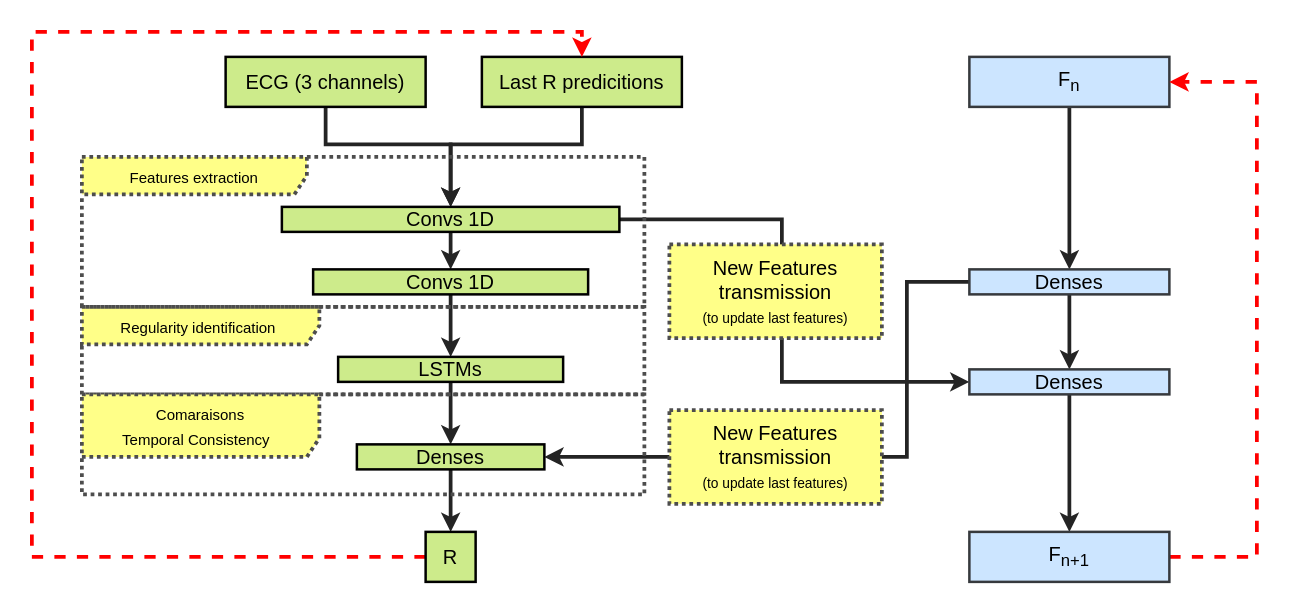
melpiro/Chess keeps this draw.io diagram as Model.drawio. Above is the earlier version. Source tidied: cells renumbered, new cells numbered last; positions are measured from the earlier drawing's top-left corner, leaving out a move shared by most shapes. Both pictures are drawn from the tidied source at 125%, with x=0, y=0 at pixel (31, 31).
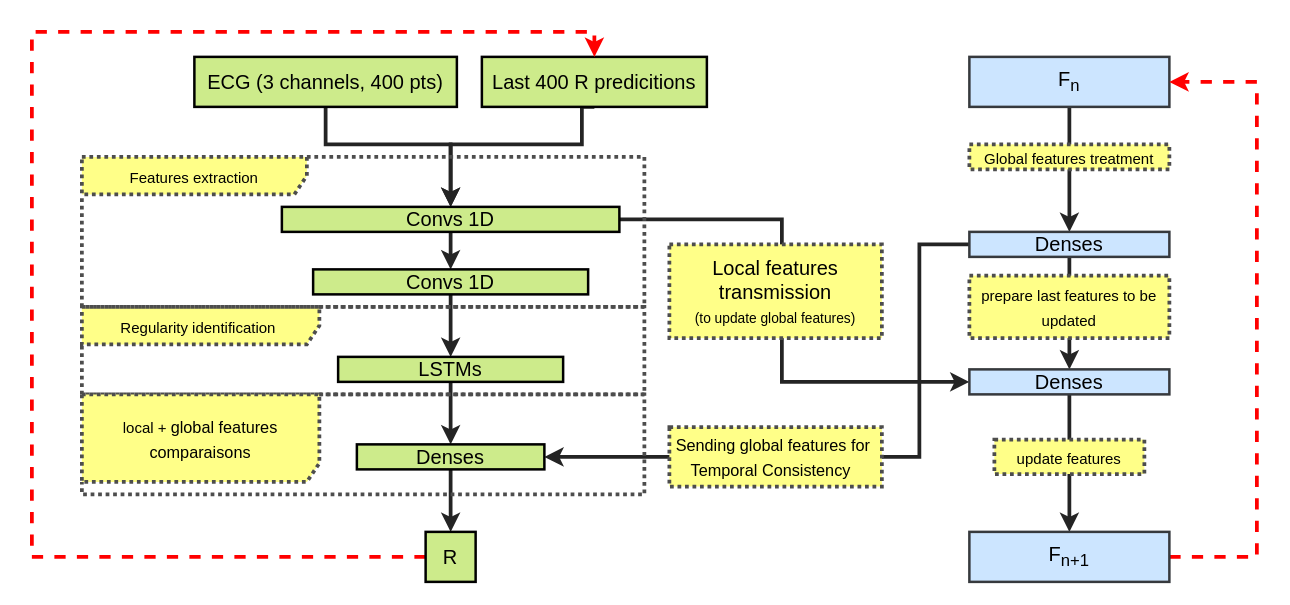
The same page after the edit.

The change refers to these unchanged cells:
```xml
<mxCell id="23" value="Denses" style="rounded=0;whiteSpace=wrap;html=1;fillColor=#cdeb8b;strokeColor=#000000;fontColor=#000000;fontSize=16;strokeWidth=2;" parent="1" vertex="1">
  <mxGeometry x="260" y="330" width="150" height="20" as="geometry" />
</mxCell>
<mxCell id="25" value="R" style="rounded=0;whiteSpace=wrap;html=1;fillColor=#cdeb8b;strokeColor=#000000;fontColor=#000000;fontSize=16;strokeWidth=2;" parent="1" vertex="1">
  <mxGeometry x="315" y="400" width="40" height="40" as="geometry" />
</mxCell>
```

The edit, as a diff of the source:
```diff
@@
-    <mxCell id="3" value="ECG (3 channels)" style="rounded=0;whiteSpace=wrap;html=1;fillColor=#cdeb8b;strokeColor=#000000;fontColor=#000000;fontSize=16;strokeWidth=2;" parent="1" vertex="1">
-      <mxGeometry x="155" y="20" width="160" height="40" as="geometry" />
+    <mxCell id="3" value="ECG (3 channels, 400 pts)" style="rounded=0;whiteSpace=wrap;html=1;fillColor=#cdeb8b;strokeColor=#000000;fontColor=#000000;fontSize=16;strokeWidth=2;" parent="1" vertex="1">
+      <mxGeometry x="130" y="20" width="210" height="40" as="geometry" />
     </mxCell>
@@
-    <mxCell id="5" value="Last R predicitions" style="rounded=0;whiteSpace=wrap;html=1;fillColor=#cdeb8b;fontSize=16;fontColor=#000000;strokeColor=#000000;strokeWidth=2;" parent="1" vertex="1">
-      <mxGeometry x="360" y="20" width="160" height="40" as="geometry" />
+    <mxCell id="5" value="Last 400 R predicitions" style="rounded=0;whiteSpace=wrap;html=1;fillColor=#cdeb8b;fontSize=16;fontColor=#000000;strokeColor=#000000;strokeWidth=2;" parent="1" vertex="1">
+      <mxGeometry x="360" y="20" width="180" height="40" as="geometry" />
     </mxCell>
@@
-    <mxCell id="14" style="edgeStyle=orthogonalEdgeStyle;rounded=0;jettySize=auto;html=1;exitX=1;exitY=0.5;exitDx=0;exitDy=0;entryX=1;entryY=0.5;entryDx=0;entryDy=0;fontSize=16;fontColor=#000000;strokeColor=#242424;strokeWidth=3;" parent="1" edge="1" source="15" target="23">
+    <mxCell id="14" style="edgeStyle=orthogonalEdgeStyle;rounded=0;jettySize=auto;html=1;exitX=0;exitY=0.5;exitDx=0;exitDy=0;entryX=1;entryY=0.5;entryDx=0;entryDy=0;fontSize=16;fontColor=#000000;strokeColor=#242424;strokeWidth=3;" parent="1" edge="1" source="15" target="23">
       <mxGeometry relative="1" as="geometry">
         <Array as="points">
-          <mxPoint x="700" y="200" />
-          <mxPoint x="700" y="340" />
+          <mxPoint x="710" y="170" />
+          <mxPoint x="710" y="340" />
         </Array>
       </mxGeometry>
     </mxCell>
     <mxCell id="15" value="&lt;font color=&quot;#000000&quot;&gt;Denses&lt;/font&gt;" style="rounded=0;whiteSpace=wrap;html=1;fillColor=#cce5ff;strokeColor=#36393d;fontSize=16;strokeWidth=2;" parent="1" vertex="1">
-      <mxGeometry x="750" y="190" width="160" height="20" as="geometry" />
+      <mxGeometry x="750" y="160" width="160" height="20" as="geometry" />
     </mxCell>
@@
     <mxCell id="24" style="edgeStyle=orthogonalEdgeStyle;rounded=0;jettySize=auto;html=1;exitX=0;exitY=0.5;exitDx=0;exitDy=0;entryX=0.5;entryY=0;entryDx=0;entryDy=0;dashed=1;fontSize=16;fontColor=#000000;strokeWidth=3;strokeColor=#FF0000;" parent="1" edge="1" source="25" target="5">
       <mxGeometry relative="1" as="geometry">
         <Array as="points">
           <mxPoint y="420" />
           <mxPoint />
-          <mxPoint x="440" />
+          <mxPoint x="450" />
         </Array>
       </mxGeometry>
     </mxCell>
@@
-    <mxCell id="27" value="&lt;font style=&quot;font-size: 12px&quot;&gt;Comaraisons&lt;br&gt;Temporal Consistency&amp;nbsp;&amp;nbsp;&lt;/font&gt;" style="shape=umlFrame;whiteSpace=wrap;html=1;fontSize=16;strokeWidth=3;fillColor=#ffff88;fontColor=#000000;dashed=1;width=190;height=50;dashPattern=1 1;strokeColor=#4D4D4D;" parent="1" vertex="1">
+    <mxCell id="27" value="&lt;span style=&quot;font-size: 12px&quot;&gt;local&amp;nbsp;+&amp;nbsp;&lt;/span&gt;&lt;span style=&quot;font-size: 13px&quot;&gt;global features &lt;br&gt;comparaisons&lt;/span&gt;&lt;span style=&quot;font-size: 12px&quot;&gt;&lt;br&gt;&lt;/span&gt;" style="shape=umlFrame;whiteSpace=wrap;html=1;fontSize=16;strokeWidth=3;fillColor=#ffff88;fontColor=#000000;dashed=1;width=190;height=70;dashPattern=1 1;strokeColor=#4D4D4D;" parent="1" vertex="1">
       <mxGeometry x="40" y="290" width="450" height="80" as="geometry" />
     </mxCell>
@@
-    <mxCell id="29" value="New Features transmission&lt;br&gt;&lt;font style=&quot;font-size: 11px&quot;&gt;(to update last features)&lt;/font&gt;" style="whiteSpace=wrap;html=1;dashed=1;dashPattern=1 1;fontSize=16;fontColor=#000000;strokeColor=#4D4D4D;strokeWidth=3;fillColor=#ffff88;" parent="1" vertex="1">
+    <mxCell id="29" value="Local features transmission&lt;br&gt;&lt;font style=&quot;font-size: 11px&quot;&gt;(to update global features)&lt;/font&gt;" style="whiteSpace=wrap;html=1;dashed=1;dashPattern=1 1;fontSize=16;fontColor=#000000;strokeColor=#4D4D4D;strokeWidth=3;fillColor=#ffff88;" parent="1" vertex="1">
       <mxGeometry x="510" y="170" width="170" height="75" as="geometry" />
     </mxCell>
-    <mxCell id="30" value="New Features transmission&lt;br&gt;&lt;font style=&quot;font-size: 11px&quot;&gt;(to update last features)&lt;/font&gt;" style="whiteSpace=wrap;html=1;dashed=1;dashPattern=1 1;fontSize=16;fontColor=#000000;strokeColor=#4D4D4D;strokeWidth=3;fillColor=#ffff88;" parent="1" vertex="1">
-      <mxGeometry x="510" y="302.5" width="170" height="75" as="geometry" />
+    <mxCell id="30" value="&lt;font style=&quot;font-size: 13px&quot;&gt;Sending global features for&amp;nbsp;&lt;br&gt;Temporal Consistency&amp;nbsp;&amp;nbsp;&lt;/font&gt;" style="whiteSpace=wrap;html=1;dashed=1;dashPattern=1 1;fontSize=16;fontColor=#000000;strokeColor=#4D4D4D;strokeWidth=3;fillColor=#ffff88;" parent="1" vertex="1">
+      <mxGeometry x="510" y="316.2" width="170" height="47.5" as="geometry" />
     </mxCell>
+    <mxCell id="31" value="&lt;font style=&quot;font-size: 12px&quot;&gt;update features&lt;/font&gt;" style="whiteSpace=wrap;html=1;dashed=1;dashPattern=1 1;fontSize=16;fontColor=#000000;strokeColor=#4D4D4D;strokeWidth=3;fillColor=#ffff88;" parent="1" vertex="1">
+      <mxGeometry x="770" y="326.2" width="120" height="27.5" as="geometry" />
+    </mxCell>
+    <mxCell id="32" value="&lt;font style=&quot;font-size: 12px&quot;&gt;prepare last features to be updated&lt;/font&gt;" style="whiteSpace=wrap;html=1;dashed=1;dashPattern=1 1;fontSize=16;fontColor=#000000;strokeColor=#4D4D4D;strokeWidth=3;fillColor=#ffff88;" parent="1" vertex="1">
+      <mxGeometry x="750" y="195" width="160" height="50" as="geometry" />
+    </mxCell>
+    <mxCell id="33" value="&lt;font style=&quot;font-size: 12px&quot;&gt;Global features treatment&lt;/font&gt;" style="whiteSpace=wrap;html=1;dashed=1;dashPattern=1 1;fontSize=16;fontColor=#000000;strokeColor=#4D4D4D;strokeWidth=3;fillColor=#ffff88;" parent="1" vertex="1">
+      <mxGeometry x="750" y="90" width="160" height="20" as="geometry" />
+    </mxCell>
```
